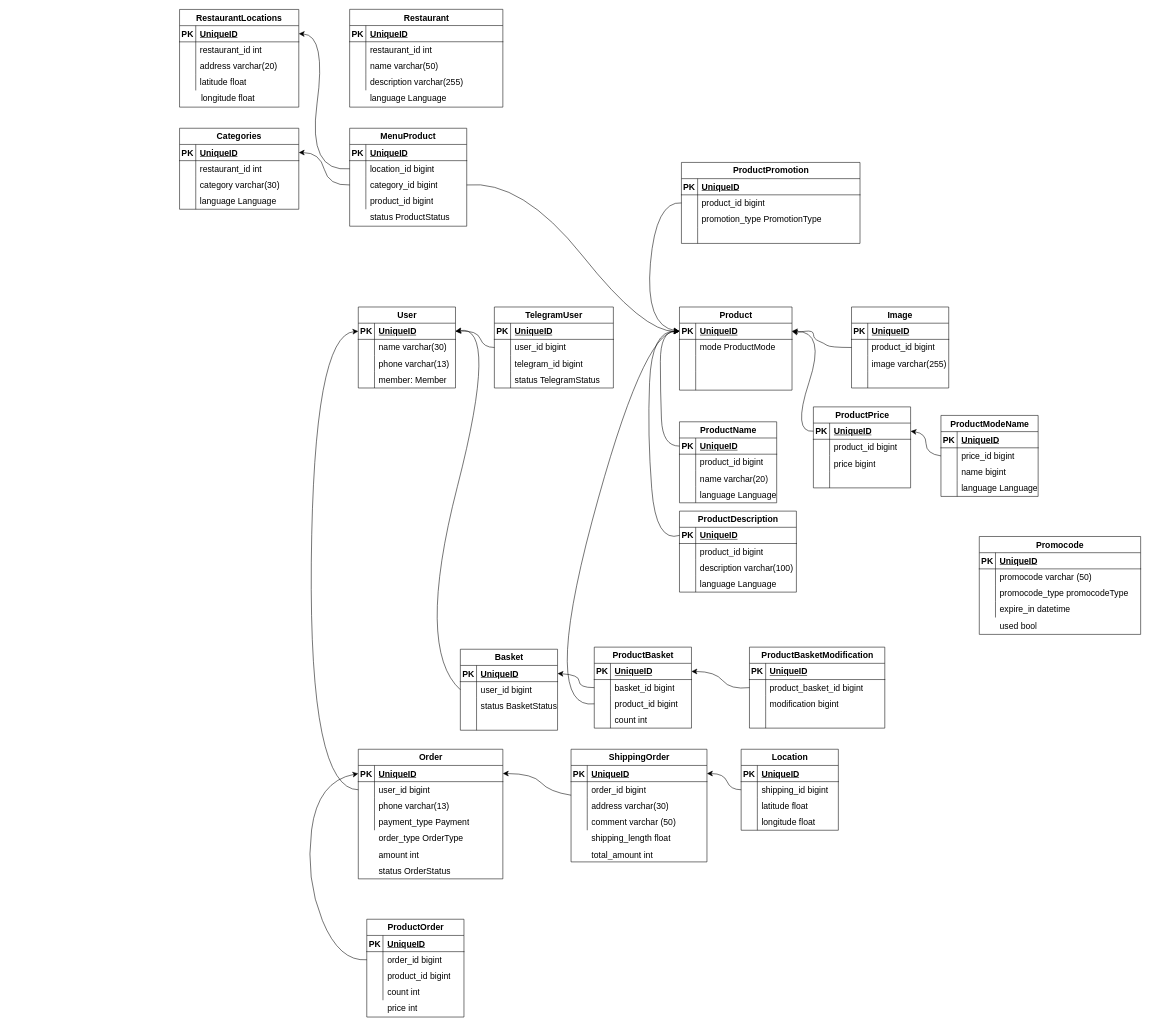
The draw.io diagram page "db scheme" (2 of 2) of restaurant.drawio in KmvRoman/Diagrams, before the edit. Source tidied: cells renumbered, new cells numbered last; positions are measured from the earlier drawing's top-left corner, leaving out a move shared by most shapes. Both pictures are drawn from the tidied source at 54%, with x=0, y=0 at pixel (179, 9).
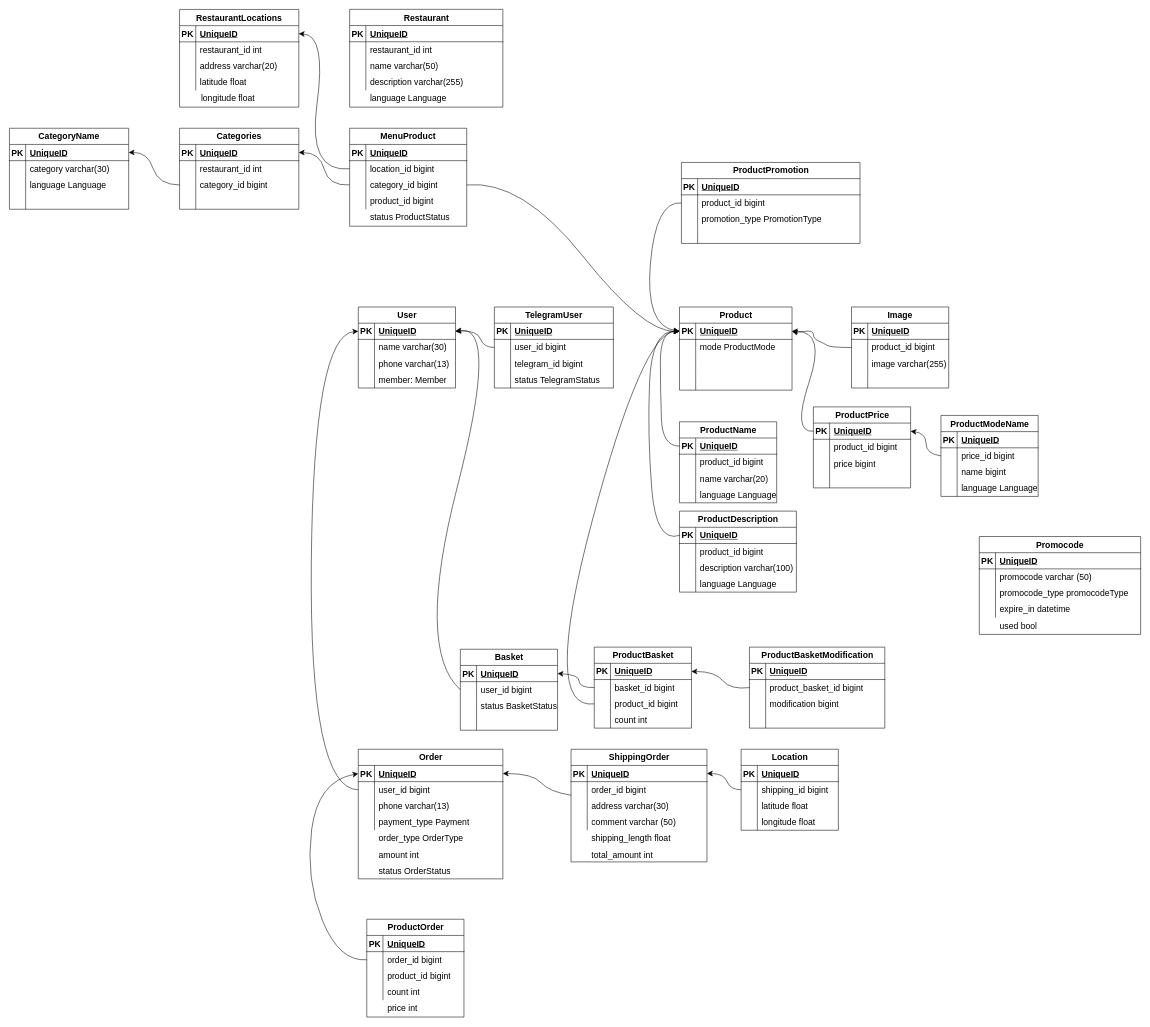
After the change.

Unchanged cells that the change refers to:
```xml
<mxCell id="279" style="shape=tableRow;horizontal=0;startSize=0;swimlaneHead=0;swimlaneBody=0;fillColor=none;points=[[0,0.5],[1,0.5]];portConstraint=eastwest;top=0;left=0;right=0;bottom=0;fontSize=16;" parent="272" vertex="1">
  <mxGeometry y="90" width="220.8" height="30" as="geometry" />
</mxCell>
<mxCell id="282" style="shape=tableRow;horizontal=0;startSize=0;swimlaneHead=0;swimlaneBody=0;fillColor=none;top=0;left=0;right=0;bottom=0;fontSize=16;" parent="272" vertex="1">
  <mxGeometry y="120" width="220.8" height="30" as="geometry" />
</mxCell>
```

Diff of the diagram source:
```diff
@@
-    <mxCell id="281" value="category varchar(30)" style="shape=partialRectangle;fillColor=none;top=0;left=0;bottom=0;right=0;align=left;spacingLeft=6;overflow=hidden;whiteSpace=wrap;html=1;fontSize=16;" parent="279" vertex="1">
+    <mxCell id="281" value="category_id bigint" style="shape=partialRectangle;fillColor=none;top=0;left=0;bottom=0;right=0;align=left;spacingLeft=6;overflow=hidden;whiteSpace=wrap;html=1;fontSize=16;" parent="279" vertex="1">
       <mxGeometry x="30" width="190.8" height="30" as="geometry" />
     </mxCell>
@@
-    <mxCell id="284" value="language Language" style="shape=partialRectangle;fillColor=none;top=0;left=0;bottom=0;right=0;align=left;spacingLeft=6;overflow=hidden;whiteSpace=wrap;html=1;fontSize=16;" parent="282" vertex="1">
+    <mxCell id="284" style="shape=partialRectangle;fillColor=none;top=0;left=0;bottom=0;right=0;align=left;spacingLeft=6;overflow=hidden;whiteSpace=wrap;html=1;fontSize=16;" parent="282" vertex="1">
       <mxGeometry x="30" width="190.8" height="30" as="geometry" />
     </mxCell>
@@
+    <mxCell id="303" value="CategoryName" style="shape=table;startSize=30;childLayout=tableLayout;rowLines=0;fontStyle=1;align=center;html=1;fontSize=16;" parent="1" vertex="1">
+      <mxGeometry x="-315" y="220" width="220.8" height="150" as="geometry" />
+    </mxCell>
+    <mxCell id="304" style="shape=tableRow;horizontal=0;startSize=0;swimlaneHead=0;swimlaneBody=0;fillColor=none;points=[[0,0.5],[1,0.5]];portConstraint=eastwest;top=0;left=0;right=0;bottom=1;fontSize=16;" parent="303" vertex="1">
+      <mxGeometry y="30" width="220.8" height="30" as="geometry" />
+    </mxCell>
+    <mxCell id="305" value="PK" style="shape=partialRectangle;fillColor=none;top=0;left=0;bottom=0;right=0;fontStyle=1;overflow=hidden;whiteSpace=wrap;html=1;fontSize=16;" parent="304" vertex="1">
+      <mxGeometry width="30" height="30" as="geometry" />
+    </mxCell>
+    <mxCell id="306" value="UniqueID" style="shape=partialRectangle;fillColor=none;top=0;left=0;bottom=0;right=0;align=left;spacingLeft=6;fontStyle=5;overflow=hidden;whiteSpace=wrap;html=1;fontSize=16;" parent="304" vertex="1">
+      <mxGeometry x="30" width="190.8" height="30" as="geometry" />
+    </mxCell>
+    <mxCell id="307" style="shape=tableRow;horizontal=0;startSize=0;swimlaneHead=0;swimlaneBody=0;fillColor=none;top=0;left=0;right=0;bottom=0;fontSize=16;" parent="303" vertex="1">
+      <mxGeometry y="60" width="220.8" height="30" as="geometry" />
+    </mxCell>
+    <mxCell id="308" style="shape=partialRectangle;fillColor=none;top=0;left=0;bottom=0;right=0;overflow=hidden;whiteSpace=wrap;html=1;fontSize=16;" parent="307" vertex="1">
+      <mxGeometry width="30" height="30" as="geometry" />
+    </mxCell>
+    <mxCell id="309" value="category varchar(30)" style="shape=partialRectangle;fillColor=none;top=0;left=0;bottom=0;right=0;align=left;spacingLeft=6;overflow=hidden;whiteSpace=wrap;html=1;fontSize=16;" parent="307" vertex="1">
+      <mxGeometry x="30" width="190.8" height="30" as="geometry" />
+    </mxCell>
+    <mxCell id="310" style="shape=tableRow;horizontal=0;startSize=0;swimlaneHead=0;swimlaneBody=0;fillColor=none;top=0;left=0;right=0;bottom=0;fontSize=16;" parent="303" vertex="1">
+      <mxGeometry y="90" width="220.8" height="30" as="geometry" />
+    </mxCell>
+    <mxCell id="311" style="shape=partialRectangle;fillColor=none;top=0;left=0;bottom=0;right=0;overflow=hidden;whiteSpace=wrap;html=1;fontSize=16;" parent="310" vertex="1">
+      <mxGeometry width="30" height="30" as="geometry" />
+    </mxCell>
+    <mxCell id="312" value="language Language" style="shape=partialRectangle;fillColor=none;top=0;left=0;bottom=0;right=0;align=left;spacingLeft=6;overflow=hidden;whiteSpace=wrap;html=1;fontSize=16;" parent="310" vertex="1">
+      <mxGeometry x="30" width="190.8" height="30" as="geometry" />
+    </mxCell>
+    <mxCell id="313" style="shape=tableRow;horizontal=0;startSize=0;swimlaneHead=0;swimlaneBody=0;fillColor=none;top=0;left=0;right=0;bottom=0;fontSize=16;" parent="303" vertex="1">
+      <mxGeometry y="120" width="220.8" height="30" as="geometry" />
+    </mxCell>
+    <mxCell id="314" style="shape=partialRectangle;fillColor=none;top=0;left=0;bottom=0;right=0;overflow=hidden;whiteSpace=wrap;html=1;fontSize=16;" parent="313" vertex="1">
+      <mxGeometry width="30" height="30" as="geometry" />
+    </mxCell>
+    <mxCell id="315" style="shape=partialRectangle;fillColor=none;top=0;left=0;bottom=0;right=0;align=left;spacingLeft=6;overflow=hidden;whiteSpace=wrap;html=1;fontSize=16;" parent="313" vertex="1">
+      <mxGeometry x="30" width="190.8" height="30" as="geometry" />
+    </mxCell>
+    <mxCell id="316" style="edgeStyle=none;curved=1;rounded=0;jettySize=auto;html=1;entryX=1;entryY=0.5;entryDx=0;entryDy=0;fontSize=12;startSize=8;endSize=8;exitX=0;exitY=0.5;exitDx=0;exitDy=0;" parent="1" edge="1" source="279" target="304">
+      <mxGeometry relative="1" as="geometry">
+        <Array as="points">
+          <mxPoint x="-39" y="325" />
+          <mxPoint x="-59" y="264" />
+        </Array>
+      </mxGeometry>
+    </mxCell>
```
